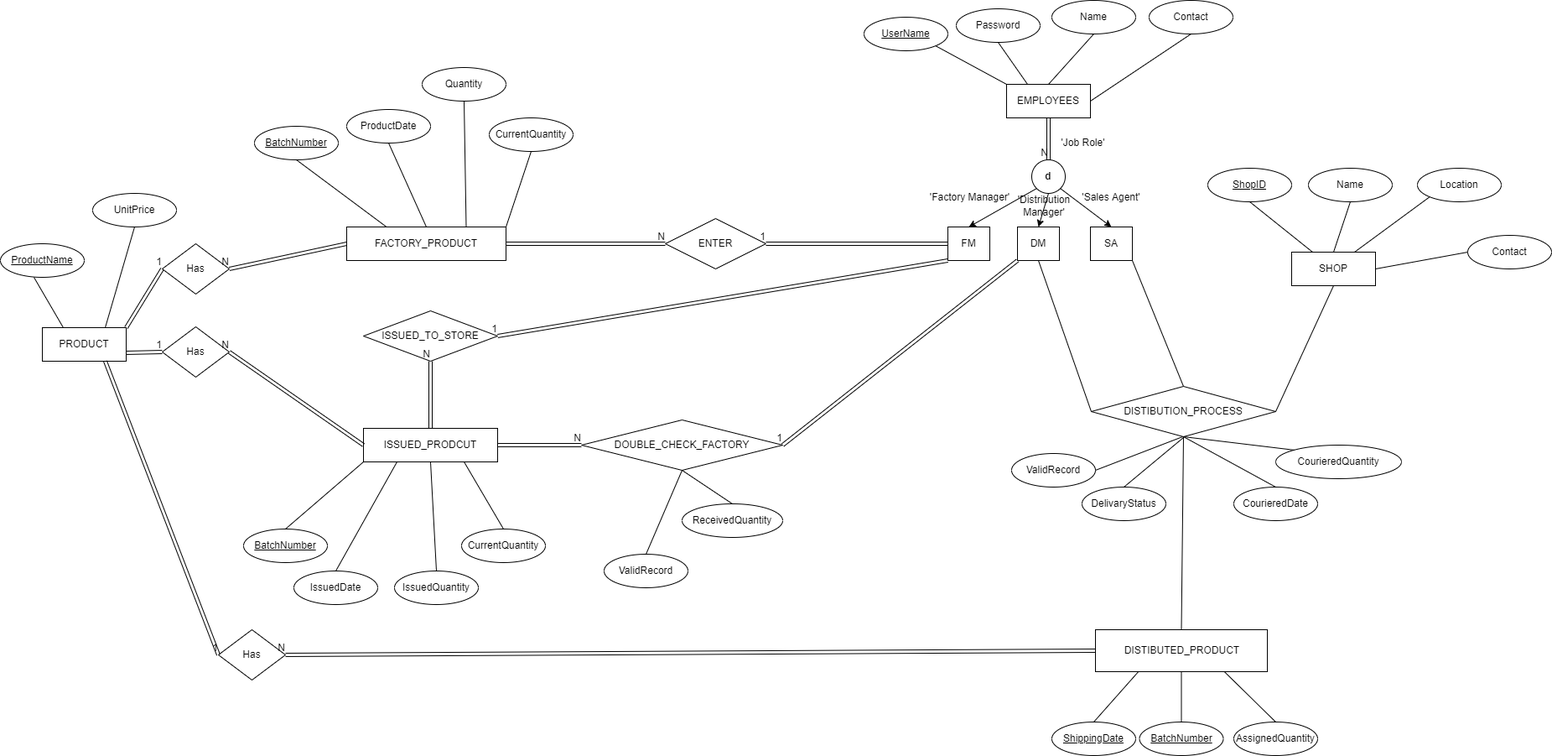
Above: database/er_diagram.png in cepdnaclk/e17-6sp-Automated_Computerised_System (draw.io), before the change. Source tidied: cells renumbered, new cells last; positions are measured from the earlier drawing's top-left corner, leaving out a move shared by most shapes.
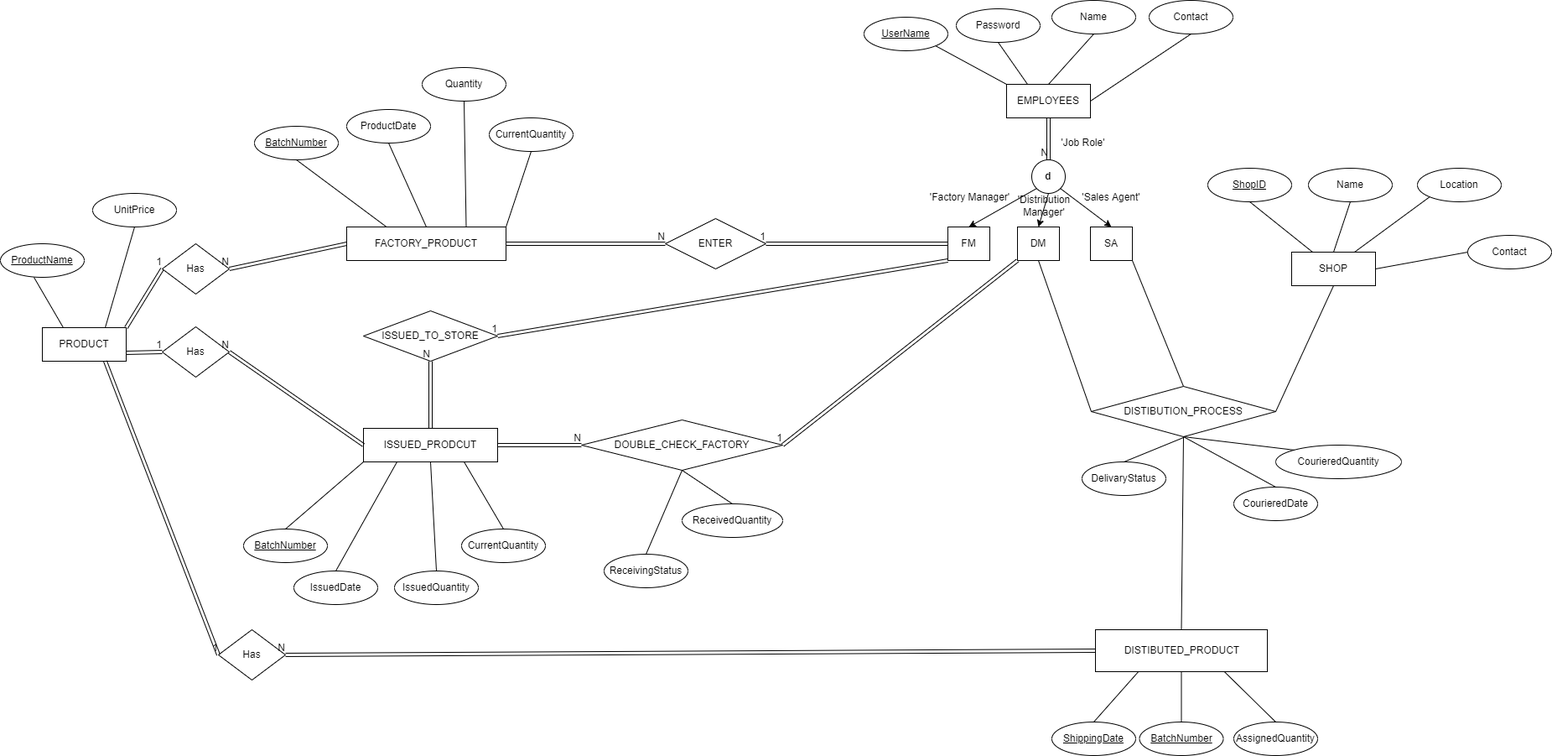
After the change.

Commit message:
er diagram was updated

Diff of the diagram source:
```diff
@@ -104,7 +104,7 @@
     <mxCell id="35" style="endArrow=none;html=1;rounded=0;exitX=0.5;exitY=0;exitDx=0;exitDy=0;entryX=0.75;entryY=1;entryDx=0;entryDy=0;" parent="1" edge="1" source="34" target="10">
       <mxGeometry relative="1" as="geometry" />
     </mxCell>
-    <mxCell id="36" value="ValidRecord" style="ellipse;whiteSpace=wrap;html=1;align=center;" parent="1" vertex="1">
+    <mxCell id="36" value="ReceivingStatus" style="ellipse;whiteSpace=wrap;html=1;align=center;" parent="1" vertex="1">
       <mxGeometry x="720" y="660" width="100" height="40" as="geometry" />
     </mxCell>
     <mxCell id="37" style="endArrow=none;html=1;rounded=0;exitX=0.5;exitY=0;exitDx=0;exitDy=0;entryX=0.5;entryY=1;entryDx=0;entryDy=0;" parent="1" edge="1" source="36" target="17">
@@ -305,7 +305,7 @@
       <mxGeometry relative="1" as="geometry" />
     </mxCell>
     <mxCell id="102" value="DelivaryStatus" style="ellipse;whiteSpace=wrap;html=1;align=center;" parent="1" vertex="1">
-      <mxGeometry x="1290" y="580" width="100" height="40" as="geometry" />
+      <mxGeometry x="1290" y="550" width="100" height="40" as="geometry" />
     </mxCell>
     <mxCell id="103" style="endArrow=none;html=1;rounded=0;exitX=0.5;exitY=0;exitDx=0;exitDy=0;" parent="1" edge="1" source="102">
       <mxGeometry relative="1" as="geometry">
@@ -327,13 +327,5 @@
     <mxCell id="108" value="N" style="html=1;align=right;verticalAlign=bottom;" parent="107" vertex="1">
       <mxGeometry x="1" relative="1" as="geometry" />
     </mxCell>
-    <mxCell id="109" value="ValidRecord" style="ellipse;whiteSpace=wrap;html=1;align=center;" parent="1" vertex="1">
-      <mxGeometry x="1206" y="540" width="100" height="40" as="geometry" />
-    </mxCell>
-    <mxCell id="110" style="endArrow=none;html=1;rounded=0;exitX=1;exitY=0.5;exitDx=0;exitDy=0;" parent="1" edge="1" source="109">
-      <mxGeometry relative="1" as="geometry">
-        <mxPoint x="1410" y="520" as="targetPoint" />
-      </mxGeometry>
-    </mxCell>
   </root>
 </mxGraphModel>
```
